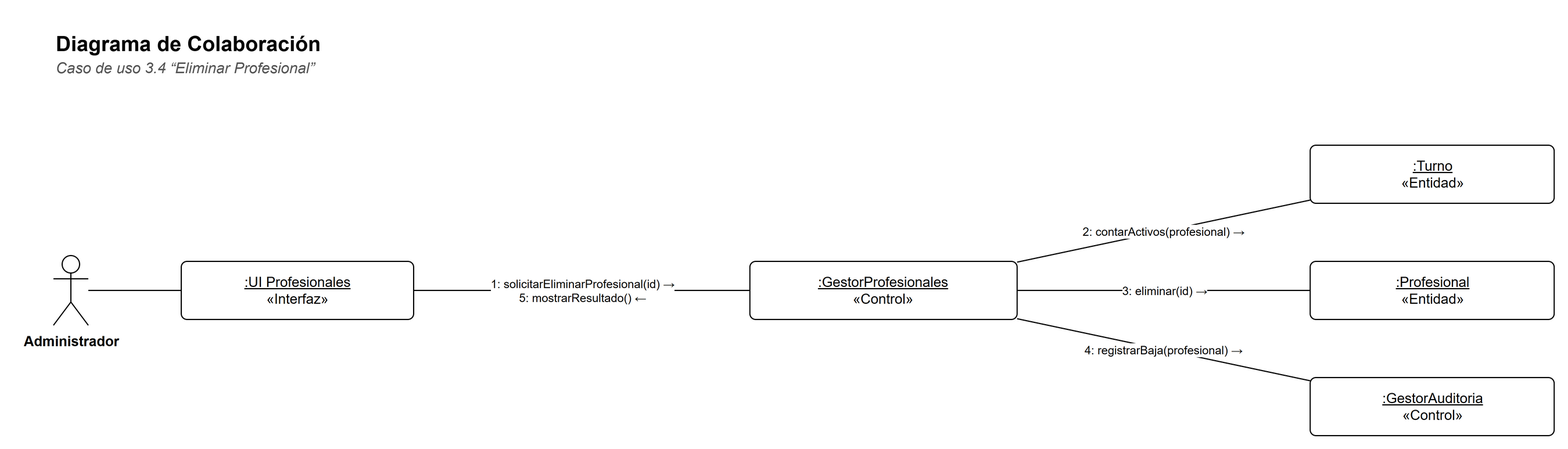
Earlier version of the draw.io export docs/diagramas/colaboracion-3-4.png (Matiglorioso/kineturnos). Source tidied: cells renumbered, new cells last; positions are measured from the earlier drawing's top-left corner, leaving out a move shared by most shapes.
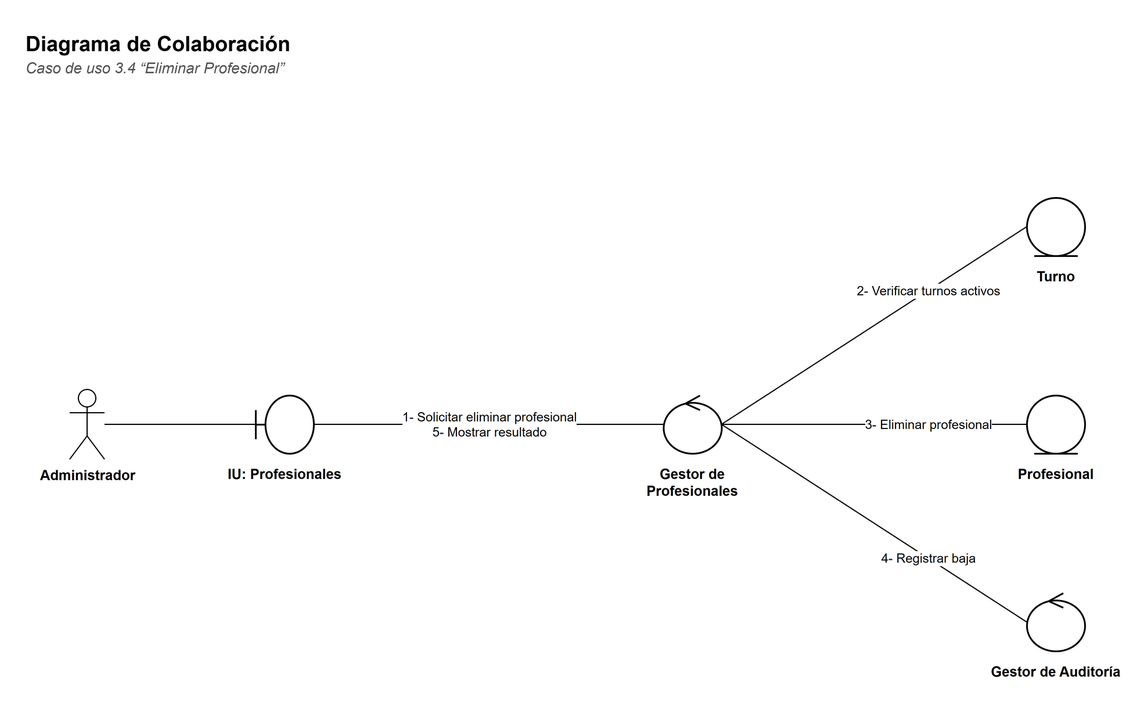
After the change.

The edit, as a diff of the source:
```diff
@@ -9,37 +9,52 @@
       <mxGeometry y="24" width="900" height="20" as="geometry" />
     </mxCell>
     <mxCell id="4" value="Administrador" style="shape=umlActor;verticalLabelPosition=bottom;verticalAlign=top;html=1;outlineConnect=0;fillColor=#FFFFFF;strokeColor=#000000;fontFamily=Helvetica;fontSize=12;fontStyle=1;" parent="1" vertex="1">
-      <mxGeometry y="200" width="30" height="60" as="geometry" />
+      <mxGeometry x="40" y="315" width="30" height="60" as="geometry" />
     </mxCell>
-    <mxCell id="5" value="&lt;u&gt;:UI Profesionales&lt;/u&gt;&lt;br&gt;«Interfaz»" style="rounded=0;whiteSpace=wrap;html=1;fillColor=#FFFFFF;strokeColor=#000000;fontFamily=Helvetica;fontSize=12;rounded=1;arcSize=10;" parent="1" vertex="1">
-      <mxGeometry x="110" y="205" width="200" height="50" as="geometry" />
+    <mxCell id="5" style="shape=umlBoundary;html=1;fillColor=#FFFFFF;strokeColor=#000000;strokeWidth=1.5;" parent="1" vertex="1">
+      <mxGeometry x="200" y="320" width="50" height="50" as="geometry" />
     </mxCell>
-    <mxCell id="6" value="&lt;u&gt;:GestorProfesionales&lt;/u&gt;&lt;br&gt;«Control»" style="rounded=0;whiteSpace=wrap;html=1;fillColor=#FFFFFF;strokeColor=#000000;fontFamily=Helvetica;fontSize=12;rounded=1;arcSize=10;" parent="1" vertex="1">
-      <mxGeometry x="599.4" y="205" width="230" height="50" as="geometry" />
+    <mxCell id="6" value="&lt;b&gt;IU: Profesionales&lt;/b&gt;" style="text;html=1;strokeColor=none;fillColor=none;align=left;verticalAlign=top;whiteSpace=wrap;fontFamily=Helvetica;align=center;fontSize=12;" parent="1" vertex="1">
+      <mxGeometry x="160" y="374" width="130" height="40" as="geometry" />
     </mxCell>
-    <mxCell id="7" value="&lt;u&gt;:Turno&lt;/u&gt;&lt;br&gt;«Entidad»" style="rounded=0;whiteSpace=wrap;html=1;fillColor=#FFFFFF;strokeColor=#000000;fontFamily=Helvetica;fontSize=12;rounded=1;arcSize=10;" parent="1" vertex="1">
-      <mxGeometry x="1081.6" y="105" width="210" height="50" as="geometry" />
+    <mxCell id="7" style="shape=umlControl;html=1;fillColor=#FFFFFF;strokeColor=#000000;strokeWidth=1.5;" parent="1" vertex="1">
+      <mxGeometry x="551.2" y="320" width="50" height="50" as="geometry" />
     </mxCell>
-    <mxCell id="8" value="&lt;u&gt;:Profesional&lt;/u&gt;&lt;br&gt;«Entidad»" style="rounded=0;whiteSpace=wrap;html=1;fillColor=#FFFFFF;strokeColor=#000000;fontFamily=Helvetica;fontSize=12;rounded=1;arcSize=10;" parent="1" vertex="1">
-      <mxGeometry x="1081.6" y="205" width="210" height="50" as="geometry" />
+    <mxCell id="8" value="&lt;b&gt;Gestor de Profesionales&lt;/b&gt;" style="text;html=1;strokeColor=none;fillColor=none;align=left;verticalAlign=top;whiteSpace=wrap;fontFamily=Helvetica;align=center;fontSize=12;" parent="1" vertex="1">
+      <mxGeometry x="511.2" y="374" width="130" height="40" as="geometry" />
     </mxCell>
-    <mxCell id="9" value="&lt;u&gt;:GestorAuditoria&lt;/u&gt;&lt;br&gt;«Control»" style="rounded=0;whiteSpace=wrap;html=1;fillColor=#FFFFFF;strokeColor=#000000;fontFamily=Helvetica;fontSize=12;rounded=1;arcSize=10;" parent="1" vertex="1">
-      <mxGeometry x="1081.6" y="305" width="210" height="50" as="geometry" />
+    <mxCell id="9" style="shape=umlEntity;html=1;fillColor=#FFFFFF;strokeColor=#000000;strokeWidth=1.5;" parent="1" vertex="1">
+      <mxGeometry x="864" y="150" width="50" height="50" as="geometry" />
     </mxCell>
-    <mxCell id="10" style="edgeStyle=none;html=1;endArrow=none;endFill=0;strokeColor=#000000;fontFamily=Helvetica;fontSize=11;labelBackgroundColor=#FFFFFF;" parent="1" edge="1" source="4" target="5">
-      <mxGeometry relative="1" as="geometry" />
+    <mxCell id="10" value="&lt;b&gt;Turno&lt;/b&gt;" style="text;html=1;strokeColor=none;fillColor=none;align=left;verticalAlign=top;whiteSpace=wrap;fontFamily=Helvetica;align=center;fontSize=12;" parent="1" vertex="1">
+      <mxGeometry x="824" y="204" width="130" height="40" as="geometry" />
     </mxCell>
-    <mxCell id="11" value="1: solicitarEliminarProfesional(id) →&lt;br&gt;5: mostrarResultado() ←" style="edgeStyle=none;html=1;endArrow=none;endFill=0;strokeColor=#000000;fontFamily=Helvetica;fontSize=11;labelBackgroundColor=#FFFFFF;fontSize=10;" parent="1" edge="1" source="6" target="5">
-      <mxGeometry relative="1" as="geometry" />
+    <mxCell id="11" style="shape=umlEntity;html=1;fillColor=#FFFFFF;strokeColor=#000000;strokeWidth=1.5;" parent="1" vertex="1">
+      <mxGeometry x="864" y="320" width="50" height="50" as="geometry" />
     </mxCell>
-    <mxCell id="12" value="2: contarActivos(profesional) →" style="edgeStyle=none;html=1;endArrow=none;endFill=0;strokeColor=#000000;fontFamily=Helvetica;fontSize=11;labelBackgroundColor=#FFFFFF;fontSize=10;" parent="1" edge="1" source="7" target="6">
-      <mxGeometry relative="1" as="geometry" />
+    <mxCell id="12" value="&lt;b&gt;Profesional&lt;/b&gt;" style="text;html=1;strokeColor=none;fillColor=none;align=left;verticalAlign=top;whiteSpace=wrap;fontFamily=Helvetica;align=center;fontSize=12;" parent="1" vertex="1">
+      <mxGeometry x="824" y="374" width="130" height="40" as="geometry" />
     </mxCell>
-    <mxCell id="13" value="3: eliminar(id) →" style="edgeStyle=none;html=1;endArrow=none;endFill=0;strokeColor=#000000;fontFamily=Helvetica;fontSize=11;labelBackgroundColor=#FFFFFF;fontSize=10;" parent="1" edge="1" source="8" target="6">
-      <mxGeometry relative="1" as="geometry" />
+    <mxCell id="13" style="shape=umlControl;html=1;fillColor=#FFFFFF;strokeColor=#000000;strokeWidth=1.5;" parent="1" vertex="1">
+      <mxGeometry x="864" y="490" width="50" height="50" as="geometry" />
     </mxCell>
-    <mxCell id="14" value="4: registrarBaja(profesional) →" style="edgeStyle=none;html=1;endArrow=none;endFill=0;strokeColor=#000000;fontFamily=Helvetica;fontSize=11;labelBackgroundColor=#FFFFFF;fontSize=10;" parent="1" edge="1" source="9" target="6">
-      <mxGeometry relative="1" as="geometry" />
+    <mxCell id="14" value="&lt;b&gt;Gestor de Auditoría&lt;/b&gt;" style="text;html=1;strokeColor=none;fillColor=none;align=left;verticalAlign=top;whiteSpace=wrap;fontFamily=Helvetica;align=center;fontSize=12;" parent="1" vertex="1">
+      <mxGeometry x="824" y="544" width="130" height="40" as="geometry" />
     </mxCell>
+    <mxCell id="15" style="edgeStyle=none;html=1;endArrow=none;endFill=0;strokeColor=#000000;fontFamily=Helvetica;fontSize=11;labelBackgroundColor=#FFFFFF;" parent="1" edge="1" source="4" target="5">
+      <mxGeometry relative="1" as="geometry" />
+    </mxCell>
+    <mxCell id="16" value="1- Solicitar eliminar profesional&lt;br&gt;5- Mostrar resultado" style="edgeStyle=none;html=1;endArrow=none;endFill=0;strokeColor=#000000;fontFamily=Helvetica;fontSize=11;labelBackgroundColor=#FFFFFF;fontSize=11;exitX=1;exitY=0.5;exitDx=0;exitDy=0;entryX=0;entryY=0.5;entryDx=0;entryDy=0;" parent="1" edge="1" source="5" target="7">
+      <mxGeometry relative="1" as="geometry" />
+    </mxCell>
+    <mxCell id="17" value="2- Verificar turnos activos" style="edgeStyle=none;html=1;endArrow=none;endFill=0;strokeColor=#000000;fontFamily=Helvetica;fontSize=11;labelBackgroundColor=#FFFFFF;fontSize=11;exitX=1;exitY=0.5;exitDx=0;exitDy=0;entryX=0;entryY=0.5;entryDx=0;entryDy=0;" parent="1" edge="1" source="7" target="9">
+      <mxGeometry x="0.35" relative="1" as="geometry" />
+    </mxCell>
+    <mxCell id="18" value="3- Eliminar profesional" style="edgeStyle=none;html=1;endArrow=none;endFill=0;strokeColor=#000000;fontFamily=Helvetica;fontSize=11;labelBackgroundColor=#FFFFFF;fontSize=11;exitX=1;exitY=0.5;exitDx=0;exitDy=0;entryX=0;entryY=0.5;entryDx=0;entryDy=0;" parent="1" edge="1" source="7" target="11">
+      <mxGeometry x="0.35" relative="1" as="geometry" />
+    </mxCell>
+    <mxCell id="19" value="4- Registrar baja" style="edgeStyle=none;html=1;endArrow=none;endFill=0;strokeColor=#000000;fontFamily=Helvetica;fontSize=11;labelBackgroundColor=#FFFFFF;fontSize=11;exitX=1;exitY=0.5;exitDx=0;exitDy=0;entryX=0;entryY=0.5;entryDx=0;entryDy=0;" parent="1" edge="1" source="7" target="13">
+      <mxGeometry x="0.35" relative="1" as="geometry" />
+    </mxCell>
   </root>
 </mxGraphModel>
```
